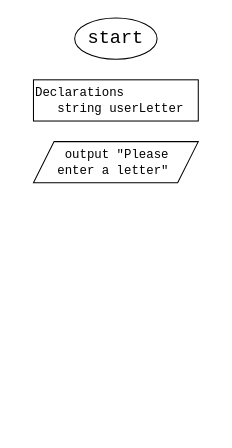
The draw.io diagram csc205-module2-ct.drawio in argounova/draw-io, before the edit. Source tidied: cells renumbered, new cells numbered last; positions are measured from the earlier drawing's top-left corner, leaving out a move shared by most shapes. Both pictures are drawn from the tidied source at 103%, with x=0, y=0 at pixel (33, 18).
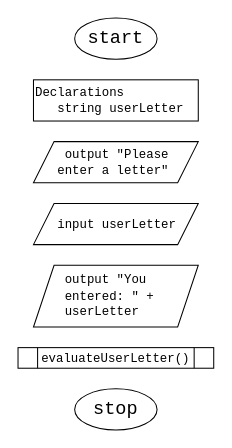
The same diagram, later.

The edit, as a diff of the source:
```diff
@@
 <mxGraphModel>
   <root>
     <mxCell id="0" />
     <mxCell id="1" parent="0" />
     <mxCell id="2" value="&lt;font style=&quot;font-size: 18px;&quot; face=&quot;Courier New&quot;&gt;start&lt;/font&gt;" style="ellipse;whiteSpace=wrap;html=1;" parent="1" vertex="1">
       <mxGeometry x="40" width="80" height="40" as="geometry" />
     </mxCell>
     <mxCell id="3" value="&lt;font face=&quot;Courier New&quot;&gt;Declarations&lt;br&gt;&amp;nbsp; &amp;nbsp;string userLetter&lt;/font&gt;" style="rounded=0;whiteSpace=wrap;html=1;align=left;" parent="1" vertex="1">
       <mxGeometry y="60" width="160" height="40" as="geometry" />
     </mxCell>
     <mxCell id="4" value="&lt;font face=&quot;Courier New&quot;&gt;&amp;nbsp; &amp;nbsp; output &quot;Please&amp;nbsp; &amp;nbsp; &amp;nbsp; &amp;nbsp;enter a letter&quot;&lt;/font&gt;" style="shape=parallelogram;perimeter=parallelogramPerimeter;whiteSpace=wrap;html=1;fixedSize=1;align=left;" parent="1" vertex="1">
       <mxGeometry y="120" width="160" height="40" as="geometry" />
     </mxCell>
+    <mxCell id="5" value="&lt;font face=&quot;Courier New&quot;&gt;&amp;nbsp; &amp;nbsp;input userLetter&lt;/font&gt;" style="shape=parallelogram;perimeter=parallelogramPerimeter;whiteSpace=wrap;html=1;fixedSize=1;align=left;" parent="1" vertex="1">
+      <mxGeometry y="180" width="160" height="40" as="geometry" />
+    </mxCell>
+    <mxCell id="6" value="&lt;font face=&quot;Courier New&quot;&gt;&amp;nbsp; &amp;nbsp; output &quot;You&amp;nbsp; &amp;nbsp; &amp;nbsp; &amp;nbsp; &amp;nbsp; entered: &quot; +&amp;nbsp; &amp;nbsp; &amp;nbsp; &amp;nbsp; &amp;nbsp; userLetter&lt;/font&gt;" style="shape=parallelogram;perimeter=parallelogramPerimeter;whiteSpace=wrap;html=1;fixedSize=1;align=left;" parent="1" vertex="1">
+      <mxGeometry y="240" width="160" height="60" as="geometry" />
+    </mxCell>
+    <mxCell id="7" value="&lt;font face=&quot;Courier New&quot;&gt;evaluateUserLetter()&lt;/font&gt;" style="shape=process;whiteSpace=wrap;html=1;backgroundOutline=1;" parent="1" vertex="1">
+      <mxGeometry x="-15" y="320" width="190" height="20" as="geometry" />
+    </mxCell>
+    <mxCell id="8" value="&lt;font style=&quot;font-size: 18px;&quot; face=&quot;Courier New&quot;&gt;stop&lt;/font&gt;" style="ellipse;whiteSpace=wrap;html=1;" parent="1" vertex="1">
+      <mxGeometry x="40" y="360" width="80" height="40" as="geometry" />
+    </mxCell>
   </root>
 </mxGraphModel>
```
